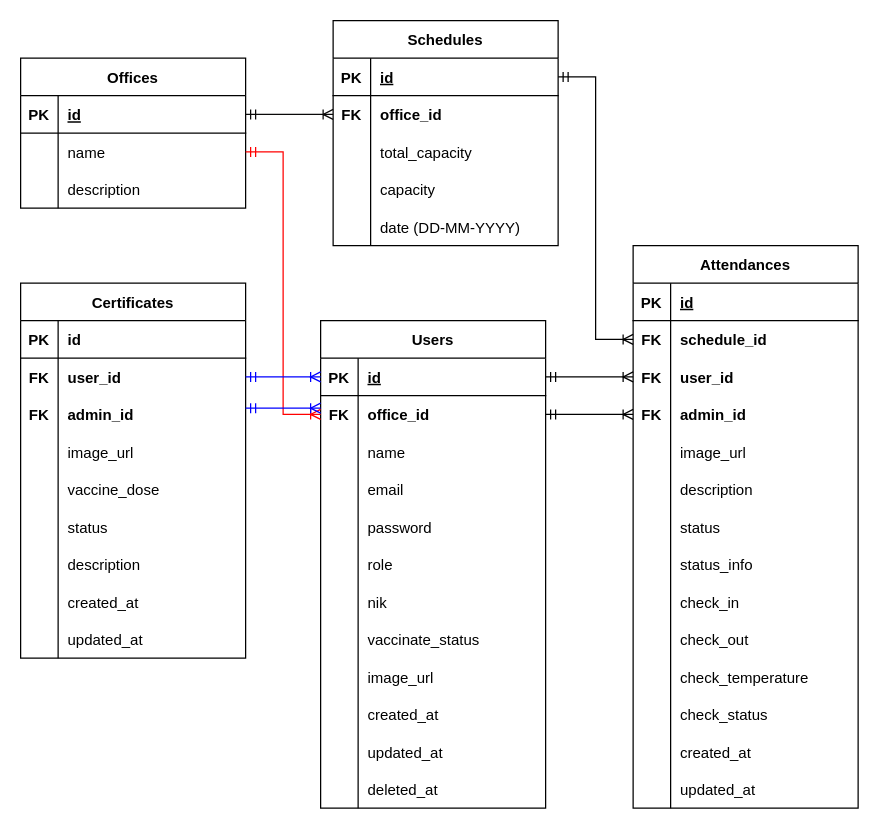
Before: ERD.drawio in Richnuts/CapStoneProject-Group-1, a draw.io diagram. Source tidied: cells renumbered, new cells numbered last; positions are measured from the earlier drawing's top-left corner, leaving out a move shared by most shapes. Both pictures are drawn from the tidied source at 125%, with x=0, y=0 at pixel (20, 20).
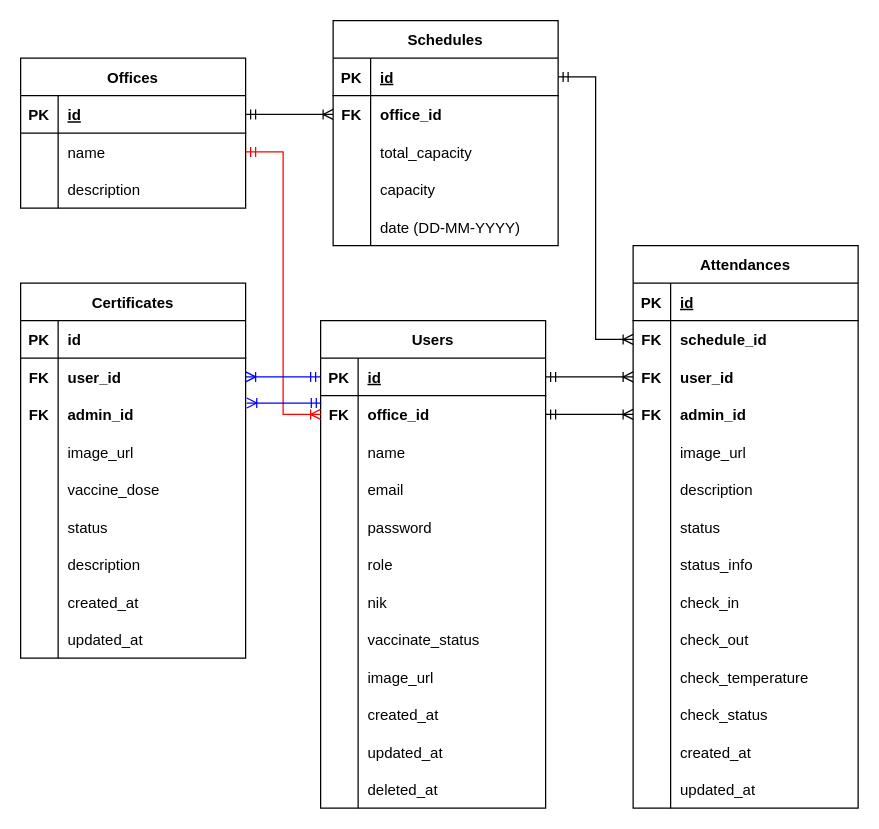
The same page after the edit.

Commit message (it also covers changes not shown here):
revisi erd

The change refers to these unchanged cells:
```xml
<mxCell id="13" style="shape=tableRow;horizontal=0;startSize=0;swimlaneHead=0;swimlaneBody=0;fillColor=none;points=[[0,0.5],[1,0.5]];portConstraint=eastwest;top=0;left=0;right=0;bottom=1;" parent="12" vertex="1">
  <mxGeometry y="30" width="180" height="30" as="geometry" />
</mxCell>
<mxCell id="16" style="shape=tableRow;horizontal=0;startSize=0;swimlaneHead=0;swimlaneBody=0;fillColor=none;points=[[0,0.5],[1,0.5]];portConstraint=eastwest;top=0;left=0;right=0;bottom=0;" parent="12" vertex="1">
  <mxGeometry y="60" width="180" height="30" as="geometry" />
</mxCell>
<mxCell id="53" style="shape=tableRow;horizontal=0;startSize=0;swimlaneHead=0;swimlaneBody=0;fillColor=none;points=[[0,0.5],[1,0.5]];portConstraint=eastwest;top=0;left=0;right=0;bottom=0;" parent="49" vertex="1">
  <mxGeometry y="60" width="180" height="30" as="geometry" />
</mxCell>
<mxCell id="56" style="shape=tableRow;horizontal=0;startSize=0;swimlaneHead=0;swimlaneBody=0;fillColor=none;points=[[0,0.5],[1,0.5]];portConstraint=eastwest;top=0;left=0;right=0;bottom=0;" parent="49" vertex="1">
  <mxGeometry y="90" width="180" height="30" as="geometry" />
</mxCell>
```

Change to the diagram source:
```diff
@@
-    <mxCell id="141" style="edgeStyle=entityRelationEdgeStyle;fontSize=12;html=1;endArrow=ERoneToMany;startArrow=ERmandOne;rounded=0;exitX=1;exitY=0.5;exitDx=0;exitDy=0;strokeColor=#0000FF;entryX=0;entryY=0.5;entryDx=0;entryDy=0;" parent="1" edge="1" source="53" target="13">
+    <mxCell id="141" style="edgeStyle=entityRelationEdgeStyle;fontSize=12;html=1;endArrow=ERoneToMany;startArrow=ERmandOne;rounded=0;strokeColor=#0000FF;entryX=1;entryY=0.5;entryDx=0;entryDy=0;exitX=0;exitY=0.5;exitDx=0;exitDy=0;" parent="1" edge="1" source="13" target="53">
       <mxGeometry relative="1" as="geometry" />
     </mxCell>
-    <mxCell id="142" style="edgeStyle=entityRelationEdgeStyle;fontSize=12;html=1;endArrow=ERoneToMany;startArrow=ERmandOne;rounded=0;exitX=1;exitY=0.5;exitDx=0;exitDy=0;strokeColor=#0000FF;entryX=0;entryY=0.5;entryDx=0;entryDy=0;" parent="1" edge="1">
-      <mxGeometry relative="1" as="geometry">
-        <mxPoint x="180" y="310" as="sourcePoint" />
-        <mxPoint x="240" y="310" as="targetPoint" />
-      </mxGeometry>
+    <mxCell id="142" style="edgeStyle=entityRelationEdgeStyle;fontSize=12;html=1;endArrow=ERoneToMany;startArrow=ERmandOne;rounded=0;strokeColor=#0000FF;entryX=1.005;entryY=0.197;entryDx=0;entryDy=0;entryPerimeter=0;exitX=0.003;exitY=0.197;exitDx=0;exitDy=0;exitPerimeter=0;" parent="1" edge="1" source="16" target="56">
+      <mxGeometry relative="1" as="geometry" />
     </mxCell>
```
